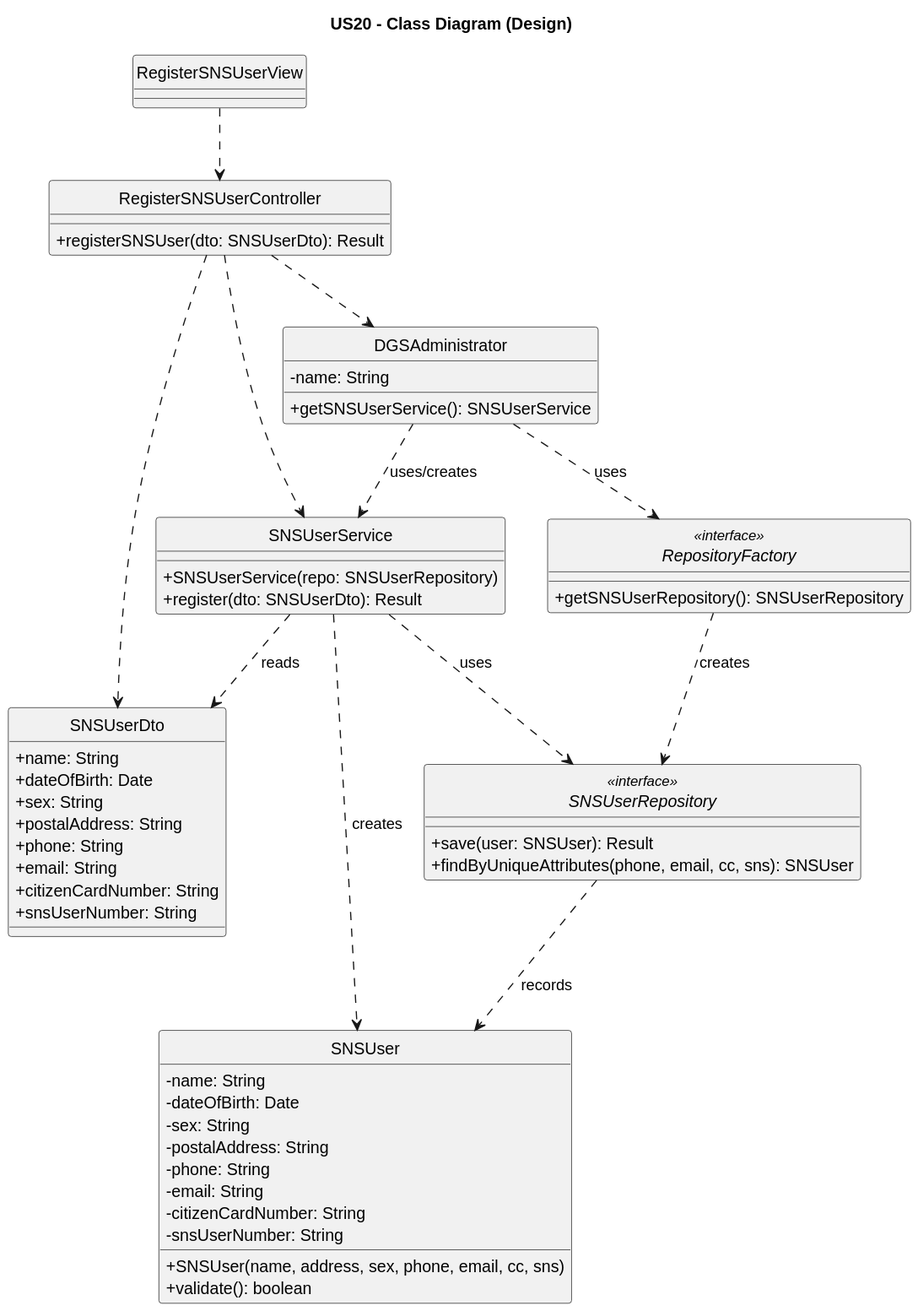
Above: docs/system-documentation/US20/svg/US20-CD.svg in luluisfcm/leti-esoft-25-26-B5 (PlantUML), before the change.
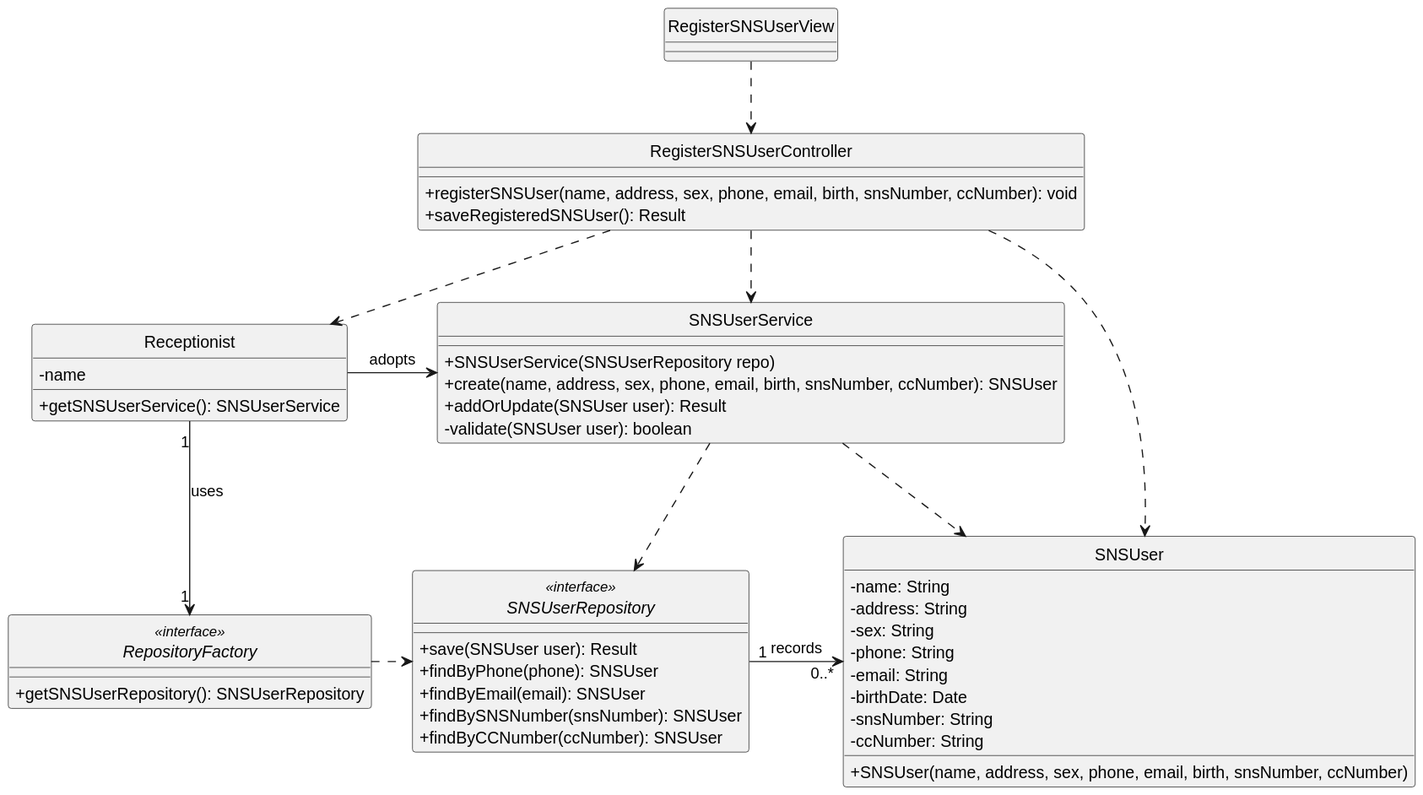
The same diagram one commit later.

Diff of the diagram source:
```diff
@@ -1,72 +1,62 @@
 @startuml
-title US20 - Class Diagram (Design)
+
 hide circle
 skinparam classAttributeIconSize 0
-allow_mixing
 
 class RegisterSNSUserView {
 }
 
 class RegisterSNSUserController {
-    + registerSNSUser(dto: SNSUserDto): Result
+    +registerSNSUser(name, address, sex, phone, email, birth, snsNumber, ccNumber): void
+    +saveRegisteredSNSUser(): Result
 }
 
-class DGSAdministrator {
-    - name: String
-    + getSNSUserService(): SNSUserService
+class Receptionist {
+    - name
+    +getSNSUserService(): SNSUserService
 }
 
 class SNSUserService {
-    + SNSUserService(repo: SNSUserRepository)
-    + register(dto: SNSUserDto): Result
-}
-
-class SNSUserDto {
-    + name: String
-    + dateOfBirth: Date
-    + sex: String
-    + postalAddress: String
-    + phone: String
-    + email: String
-    + citizenCardNumber: String
-    + snsUserNumber: String
+    +SNSUserService(SNSUserRepository repo)
+    +create(name, address, sex, phone, email, birth, snsNumber, ccNumber): SNSUser
+    +addOrUpdate(SNSUser user): Result
+    -validate(SNSUser user): boolean
 }
 
 interface SNSUserRepository <<interface>> {
-    + save(user: SNSUser): Result
-    + findByUniqueAttributes(phone, email, cc, sns): SNSUser
+    +save(SNSUser user): Result
+    +findByPhone(phone): SNSUser
+    +findByEmail(email): SNSUser
+    +findBySNSNumber(snsNumber): SNSUser
+    +findByCCNumber(ccNumber): SNSUser
 }
 
 interface RepositoryFactory <<interface>> {
-    + getSNSUserRepository(): SNSUserRepository
+    +getSNSUserRepository(): SNSUserRepository
 }
 
 class SNSUser {
     - name: String
-    - dateOfBirth: Date
+    - address: String
     - sex: String
-    - postalAddress: String
     - phone: String
     - email: String
-    - citizenCardNumber: String
-    - snsUserNumber: String
-    + SNSUser(name, address, sex, phone, email, cc, sns)
-    + validate(): boolean
+    - birthDate: Date
+    - snsNumber: String
+    - ccNumber: String
+    +SNSUser(name, address, sex, phone, email, birth, snsNumber, ccNumber)
 }
 
+Receptionist "1" -down-> "1" RepositoryFactory: uses
+SNSUserRepository "1" -right-> "0..*" SNSUser: records
+
 RegisterSNSUserView ..> RegisterSNSUserController
-RegisterSNSUserController ..> DGSAdministrator
+RegisterSNSUserController ..> Receptionist
 RegisterSNSUserController ..> SNSUserService
-RegisterSNSUserController ..> SNSUserDto
+SNSUserService ..> SNSUserRepository
+SNSUserService ..> SNSUser
+RegisterSNSUserController ..> SNSUser
 
-DGSAdministrator ..> SNSUserService : uses/creates
-DGSAdministrator ..> RepositoryFactory : uses
-
-SNSUserService ..> SNSUserRepository : uses
-SNSUserService ..> SNSUser : creates
-SNSUserService ..> SNSUserDto : reads
-
-RepositoryFactory ..> SNSUserRepository : creates
-
-SNSUserRepository ..> SNSUser : records
+Receptionist -> SNSUserService: adopts
+RepositoryFactory .right.> SNSUserRepository
 @enduml
```
